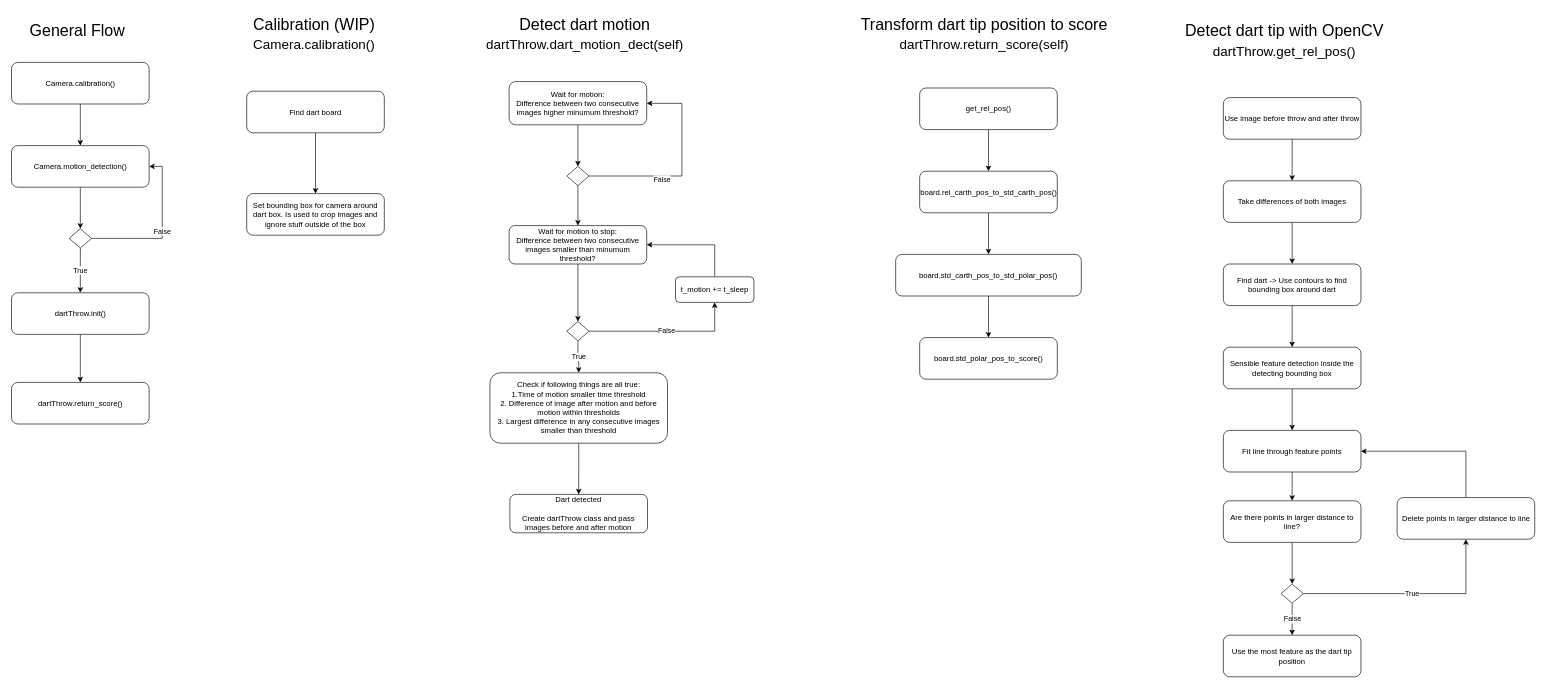
Earlier version of the draw.io diagram page "Flow diagrams (UML)" (1 of 2) of dart_project.drawio (j0j0i996/dart-vader-detection). Source tidied: cells renumbered, new cells numbered last; positions are measured from the earlier drawing's top-left corner, leaving out a move shared by most shapes. Both pictures are drawn from the tidied source at 64%, with x=0, y=0 at pixel (11, 11).
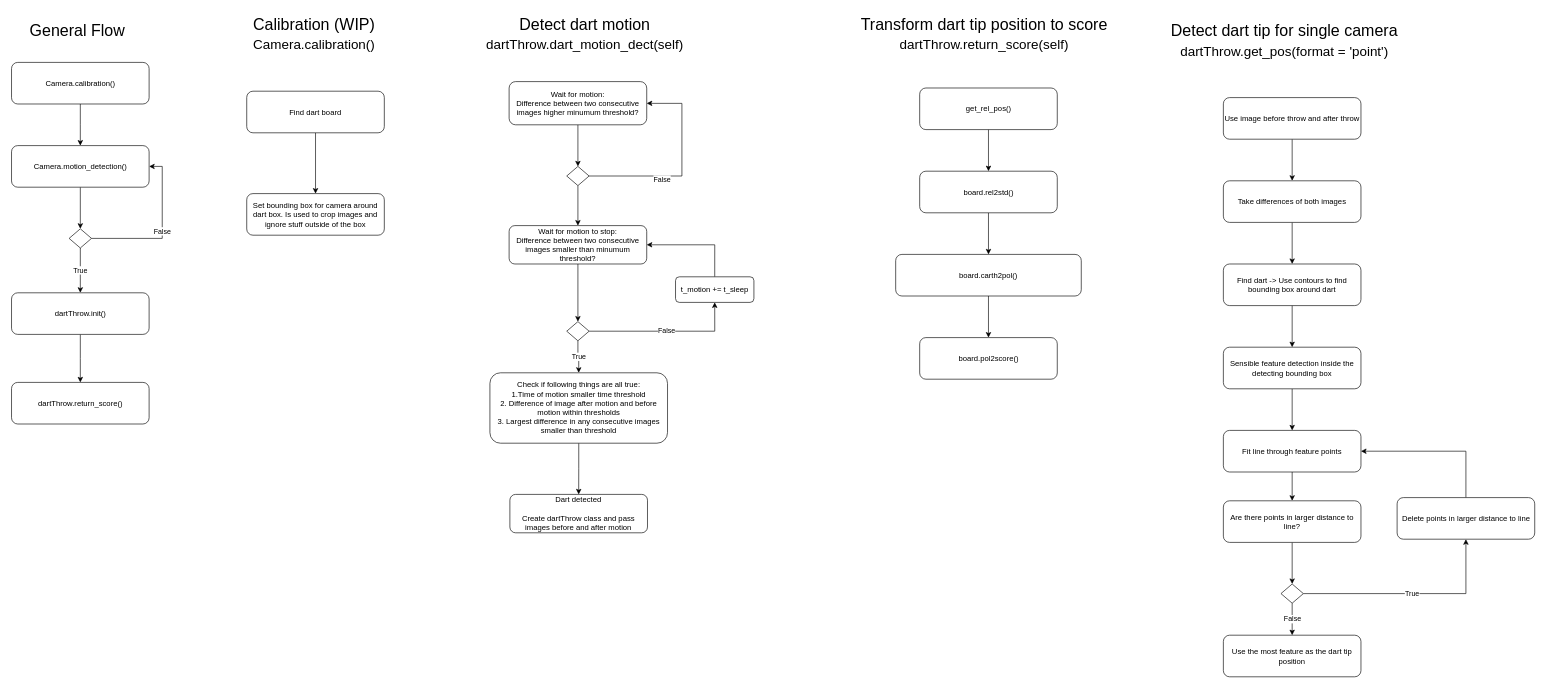
The same diagram, later.

Change to the diagram source:
```diff
@@
-    <mxCell id="17" value="board.rel_carth_pos_to_std_carth_pos()" style="rounded=1;whiteSpace=wrap;html=1;fontSize=12;glass=0;strokeWidth=1;shadow=0;align=center;" parent="1" vertex="1">
+    <mxCell id="17" value="board.rel2std()" style="rounded=1;whiteSpace=wrap;html=1;fontSize=12;glass=0;strokeWidth=1;shadow=0;align=center;" parent="1" vertex="1">
       <mxGeometry x="1419.5" y="250" width="215" height="65" as="geometry" />
     </mxCell>
@@
-    <mxCell id="19" value="board.std_carth_pos_to_std_polar_pos()" style="rounded=1;whiteSpace=wrap;html=1;fontSize=12;glass=0;strokeWidth=1;shadow=0;align=center;" parent="1" vertex="1">
+    <mxCell id="19" value="board.carth2pol()" style="rounded=1;whiteSpace=wrap;html=1;fontSize=12;glass=0;strokeWidth=1;shadow=0;align=center;" parent="1" vertex="1">
       <mxGeometry x="1382" y="380" width="290" height="65" as="geometry" />
     </mxCell>
-    <mxCell id="20" value="board.std_polar_pos_to_score()" style="rounded=1;whiteSpace=wrap;html=1;fontSize=12;glass=0;strokeWidth=1;shadow=0;align=center;" parent="1" vertex="1">
+    <mxCell id="20" value="board.pol2score()" style="rounded=1;whiteSpace=wrap;html=1;fontSize=12;glass=0;strokeWidth=1;shadow=0;align=center;" parent="1" vertex="1">
       <mxGeometry x="1419.5" y="510" width="215" height="65" as="geometry" />
     </mxCell>
-    <mxCell id="21" value="Detect dart tip with OpenCV&lt;font style=&quot;font-size: 21px&quot;&gt;&lt;br&gt;dartThrow.get_rel_pos()&lt;/font&gt;" style="text;html=1;align=center;verticalAlign=middle;strokeWidth=1;fontSize=25;" parent="1" vertex="1">
-      <mxGeometry x="1824" y="10" width="330" height="70" as="geometry" />
+    <mxCell id="21" value="Detect dart tip for single camera&lt;font style=&quot;font-size: 21px&quot;&gt;&lt;br&gt;dartThrow.get_pos(format = 'point')&lt;/font&gt;" style="text;html=1;align=center;verticalAlign=middle;strokeWidth=1;fontSize=25;" parent="1" vertex="1">
+      <mxGeometry x="1804" y="10" width="370" height="70" as="geometry" />
     </mxCell>
```
